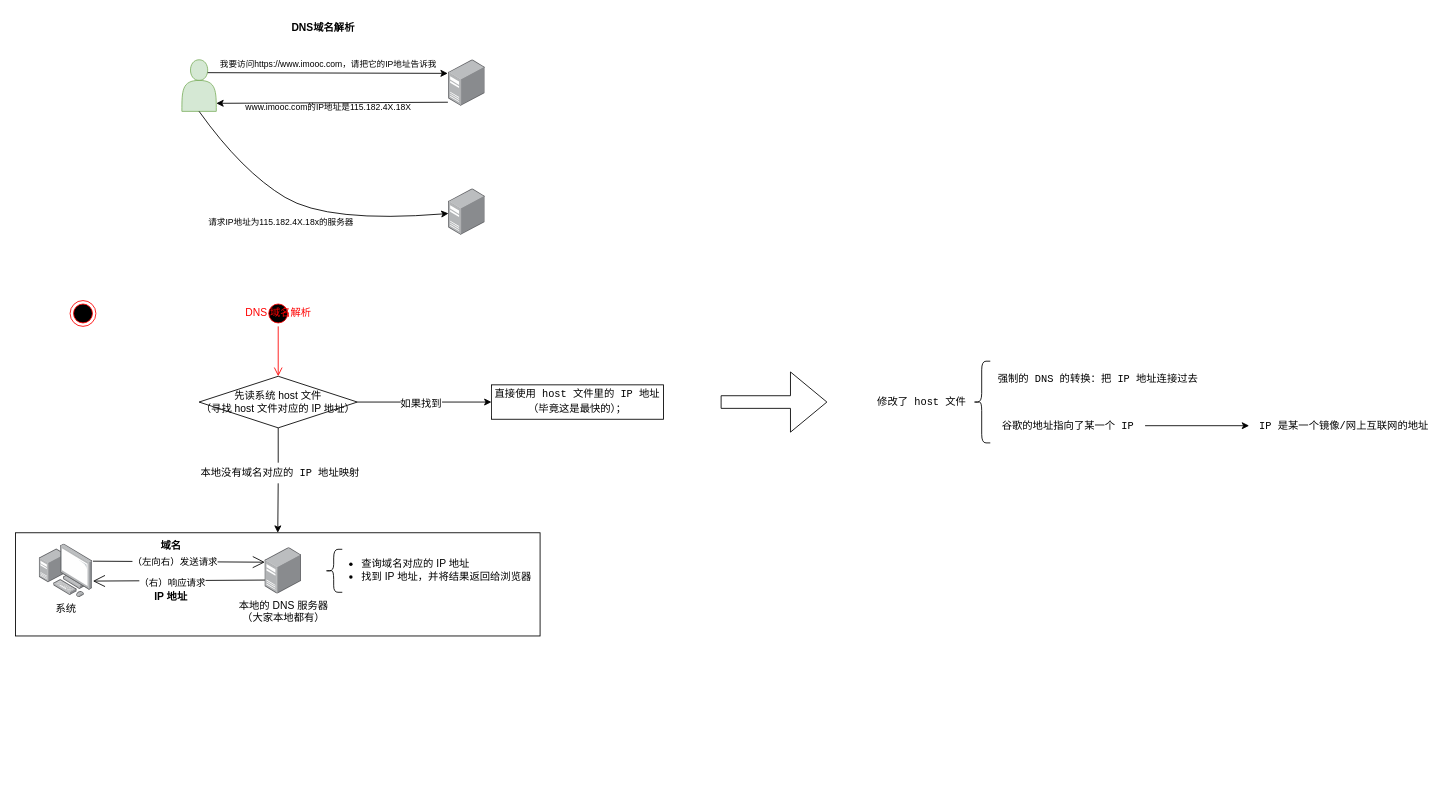
Earlier version of the draw.io diagram page "网络-DNS域名解析" (3 of 3) of video/HTTP/慕课网《HTTP》.drawio (djsz3y/learning-notes). Source tidied: cells renumbered, new cells numbered last; positions are measured from the earlier drawing's top-left corner, leaving out a move shared by most shapes. Both pictures are drawn from the tidied source at 86%, with x=0, y=0 at pixel (15, 15).
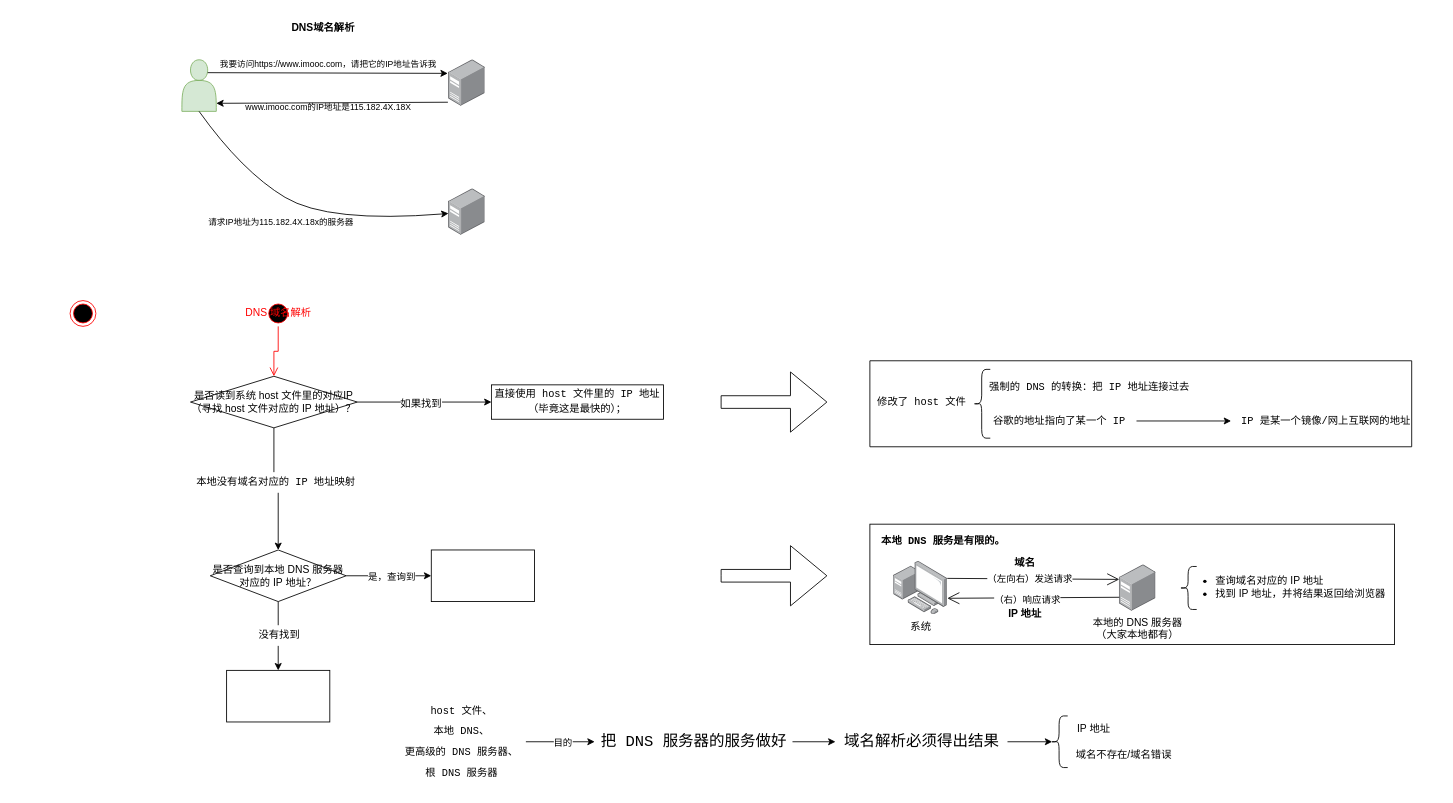
The same page after the edit.

Commit message (it also covers changes not shown here):
更新慕课网《HTTP》.drawio

What changed in the source:
```diff
@@
+    <mxCell id="41" style="verticalLabelPosition=bottom;verticalAlign=top;html=1;shape=mxgraph.basic.rect;fillColor2=none;strokeWidth=1;size=20;indent=5;" parent="1" vertex="1">
+      <mxGeometry x="994" y="402" width="630" height="100" as="geometry" />
+    </mxCell>
@@
-    <mxCell id="18" style="edgeStyle=orthogonalEdgeStyle;rounded=0;jettySize=auto;html=1;entryX=0.5;entryY=0;entryDx=0;entryDy=0;" parent="1" edge="1" source="20" target="30">
+    <mxCell id="18" style="edgeStyle=orthogonalEdgeStyle;rounded=0;jettySize=auto;html=1;entryX=0.5;entryY=0;entryDx=0;entryDy=0;" parent="1" edge="1" source="20" target="46">
       <mxGeometry relative="1" as="geometry" />
     </mxCell>
@@
-    <mxCell id="20" value="先读系统 host 文件&lt;br&gt;（寻找 host 文件对应的 IP 地址）" style="shape=rhombus;perimeter=rhombusPerimeter;whiteSpace=wrap;html=1;align=center;" parent="1" vertex="1">
-      <mxGeometry x="214" y="420" width="184" height="60" as="geometry" />
+    <mxCell id="20" value="是否读到系统 host 文件里的对应IP&lt;br&gt;（寻找 host 文件对应的 IP 地址）？" style="shape=rhombus;perimeter=rhombusPerimeter;whiteSpace=wrap;html=1;align=center;" parent="1" vertex="1">
+      <mxGeometry x="204" y="420" width="194" height="60" as="geometry" />
     </mxCell>
@@
     <mxCell id="24" value="&lt;div style=&quot;background-color: rgb(255, 255, 255); font-family: Consolas, &amp;quot;Courier New&amp;quot;, monospace; font-size: 12px; line-height: 24px;&quot;&gt;谷歌的地址指向了某一个 IP&lt;/div&gt;" style="text;html=1;align=center;verticalAlign=middle;points=[];strokeColor=none;fillColor=none;fontSize=12;" parent="1" vertex="1">
-      <mxGeometry x="1134" y="457.5" width="180" height="40" as="geometry" />
+      <mxGeometry x="1124" y="452" width="180" height="40" as="geometry" />
     </mxCell>
     <mxCell id="25" value="&lt;div style=&quot;background-color: rgb(255, 255, 255); font-family: Consolas, &amp;quot;Courier New&amp;quot;, monospace; font-size: 12px; line-height: 24px;&quot;&gt;&lt;div style=&quot;line-height: 24px; font-size: 12px;&quot;&gt;IP 是某一个镜像/网上互联网的地址&lt;/div&gt;&lt;/div&gt;" style="text;html=1;align=center;verticalAlign=middle;points=[];strokeColor=none;fillColor=none;fontSize=12;" parent="1" vertex="1">
-      <mxGeometry x="1435" y="457.5" width="220" height="40" as="geometry" />
+      <mxGeometry x="1414" y="452" width="220" height="40" as="geometry" />
     </mxCell>
     <mxCell id="26" value="&lt;div style=&quot;background-color: rgb(255, 255, 255); font-family: Consolas, &amp;quot;Courier New&amp;quot;, monospace; font-size: 12px; line-height: 24px;&quot;&gt;强制的 DNS 的转换：把 IP 地址连接过去&lt;/div&gt;" style="text;html=1;align=center;verticalAlign=middle;strokeColor=none;fillColor=none;fontSize=12;" parent="1" vertex="1">
-      <mxGeometry x="1134" y="402.5" width="250" height="40" as="geometry" />
+      <mxGeometry x="1124" y="412" width="250" height="40" as="geometry" />
     </mxCell>
     <mxCell id="27" style="shape=curlyBracket;whiteSpace=wrap;html=1;rounded=1;labelPosition=left;verticalLabelPosition=middle;align=right;verticalAlign=middle;fontSize=12;" parent="1" vertex="1">
-      <mxGeometry x="1114" y="402.5" width="20" height="95" as="geometry" />
+      <mxGeometry x="1114" y="412" width="20" height="80" as="geometry" />
     </mxCell>
@@
-    <mxCell id="29" style="group;" parent="1" vertex="1">
-      <mxGeometry x="0.5" y="602" width="611" height="120" as="geometry" />
-    </mxCell>
+    <mxCell id="42" style="edgeStyle=orthogonalEdgeStyle;rounded=0;jettySize=auto;html=1;" parent="1" edge="1" source="46" target="49">
+      <mxGeometry relative="1" as="geometry" />
+    </mxCell>
+    <mxCell id="43" value="是，查询到" style="edgeLabel;html=1;align=center;verticalAlign=middle;" parent="42" vertex="1">
+      <mxGeometry x="0.05" relative="1" as="geometry" />
+    </mxCell>
+    <mxCell id="44" style="edgeStyle=orthogonalEdgeStyle;rounded=0;jettySize=auto;html=1;" parent="1" edge="1" source="46" target="50">
+      <mxGeometry relative="1" as="geometry" />
+    </mxCell>
+    <mxCell id="45" value="&lt;div style=&quot;font-family: Consolas, &amp;quot;Courier New&amp;quot;, monospace; font-size: 12px; line-height: 24px;&quot;&gt;没有找到&lt;/div&gt;" style="edgeLabel;html=1;align=center;verticalAlign=middle;fontSize=12;" parent="44" vertex="1">
+      <mxGeometry x="-0.05" relative="1" as="geometry" />
+    </mxCell>
+    <mxCell id="46" value="是否查询到本地 DNS 服务器对应的 IP 地址？" style="shape=rhombus;perimeter=rhombusPerimeter;whiteSpace=wrap;html=1;align=center;" parent="1" vertex="1">
+      <mxGeometry x="227" y="622" width="158" height="60" as="geometry" />
+    </mxCell>
+    <mxCell id="47" style="group;" parent="1" vertex="1">
+      <mxGeometry x="994" y="592" width="611" height="140" as="geometry" />
+    </mxCell>
-    <mxCell id="30" style="html=1;whiteSpace=wrap;" parent="29" vertex="1">
-      <mxGeometry width="610" height="120" as="geometry" />
+    <mxCell id="30" style="html=1;whiteSpace=wrap;" parent="47" vertex="1">
+      <mxGeometry width="610" height="140" as="geometry" />
     </mxCell>
-    <mxCell id="31" value="本地的 DNS 服务器&lt;br&gt;（大家本地都有）" style="image;points=[];html=1;align=center;shadow=0;dashed=0;image=img/lib/allied_telesis/computer_and_terminals/Server_Desktop.svg;" parent="29" vertex="1">
-      <mxGeometry x="290" y="17.2" width="42.6" height="54" as="geometry" />
+    <mxCell id="31" value="本地的 DNS 服务器&lt;br&gt;（大家本地都有）" style="image;points=[];html=1;align=center;shadow=0;dashed=0;image=img/lib/allied_telesis/computer_and_terminals/Server_Desktop.svg;" parent="47" vertex="1">
+      <mxGeometry x="290" y="47.2" width="42.6" height="54" as="geometry" />
     </mxCell>
-    <mxCell id="32" value="系统" style="image;points=[];html=1;align=center;shadow=0;dashed=0;image=img/lib/allied_telesis/computer_and_terminals/Personal_Computer_with_Server.svg;" parent="29" vertex="1">
-      <mxGeometry x="27.6" y="13" width="62.4" height="62.4" as="geometry" />
+    <mxCell id="32" value="系统" style="image;points=[];html=1;align=center;shadow=0;dashed=0;image=img/lib/allied_telesis/computer_and_terminals/Personal_Computer_with_Server.svg;" parent="47" vertex="1">
+      <mxGeometry x="27.6" y="43" width="62.4" height="62.4" as="geometry" />
     </mxCell>
-    <mxCell id="33" style="endArrow=open;endFill=1;endSize=12;html=1;rounded=0;entryX=1;entryY=0.692;entryDx=0;entryDy=0;entryPerimeter=0;exitX=0;exitY=0.7;exitDx=0;exitDy=0;exitPerimeter=0;" parent="29" edge="1" source="31" target="32">
+    <mxCell id="33" style="endArrow=open;endFill=1;endSize=12;html=1;rounded=0;entryX=1;entryY=0.692;entryDx=0;entryDy=0;entryPerimeter=0;exitX=0;exitY=0.7;exitDx=0;exitDy=0;exitPerimeter=0;" parent="47" edge="1" source="31" target="32">
       <mxGeometry relative="1" as="geometry" />
     </mxCell>
@@
-    <mxCell id="35" style="endArrow=open;endFill=1;endSize=12;html=1;rounded=0;exitX=1;exitY=0.321;exitDx=0;exitDy=0;exitPerimeter=0;entryX=0;entryY=0.315;entryDx=0;entryDy=0;entryPerimeter=0;" parent="29" edge="1" source="32" target="31">
+    <mxCell id="35" style="endArrow=open;endFill=1;endSize=12;html=1;rounded=0;exitX=1;exitY=0.321;exitDx=0;exitDy=0;exitPerimeter=0;entryX=0;entryY=0.315;entryDx=0;entryDy=0;entryPerimeter=0;" parent="47" edge="1" source="32" target="31">
       <mxGeometry relative="1" as="geometry" />
     </mxCell>
@@
-    <mxCell id="37" style="shape=curlyBracket;whiteSpace=wrap;html=1;rounded=1;labelPosition=left;verticalLabelPosition=middle;align=right;verticalAlign=middle;" parent="29" vertex="1">
-      <mxGeometry x="360" y="19.2" width="20" height="50" as="geometry" />
+    <mxCell id="37" style="shape=curlyBracket;whiteSpace=wrap;html=1;rounded=1;labelPosition=left;verticalLabelPosition=middle;align=right;verticalAlign=middle;" parent="47" vertex="1">
+      <mxGeometry x="360" y="49.2" width="20" height="50" as="geometry" />
     </mxCell>
-    <mxCell id="38" value="域名" style="text;html=1;align=center;verticalAlign=middle;strokeColor=none;fillColor=none;fontStyle=1;" parent="29" vertex="1">
-      <mxGeometry x="155" width="50" height="30" as="geometry" />
+    <mxCell id="38" value="域名" style="text;html=1;align=center;verticalAlign=middle;strokeColor=none;fillColor=none;fontStyle=1;" parent="47" vertex="1">
+      <mxGeometry x="155" y="30" width="50" height="30" as="geometry" />
     </mxCell>
-    <mxCell id="39" value="&lt;ul&gt;&lt;li&gt;查询域名对应的 IP 地址&lt;br&gt;&lt;/li&gt;&lt;li&gt;找到 IP 地址，并将结果返回给浏览器&lt;/li&gt;&lt;/ul&gt;" style="text;strokeColor=none;fillColor=none;html=1;whiteSpace=wrap;verticalAlign=middle;overflow=hidden;" parent="29" vertex="1">
-      <mxGeometry x="360" y="13" width="251" height="60" as="geometry" />
+    <mxCell id="39" value="&lt;ul&gt;&lt;li&gt;查询域名对应的 IP 地址&lt;br&gt;&lt;/li&gt;&lt;li&gt;找到 IP 地址，并将结果返回给浏览器&lt;/li&gt;&lt;/ul&gt;" style="text;strokeColor=none;fillColor=none;html=1;whiteSpace=wrap;verticalAlign=middle;overflow=hidden;" parent="47" vertex="1">
+      <mxGeometry x="360" y="43" width="251" height="60" as="geometry" />
     </mxCell>
-    <mxCell id="40" value="IP 地址" style="text;html=1;align=center;verticalAlign=middle;strokeColor=none;fillColor=none;fontStyle=1;" parent="29" vertex="1">
-      <mxGeometry x="150" y="60" width="60" height="30" as="geometry" />
+    <mxCell id="40" value="IP 地址" style="text;html=1;align=center;verticalAlign=middle;strokeColor=none;fillColor=none;fontStyle=1;" parent="47" vertex="1">
+      <mxGeometry x="150" y="90" width="60" height="30" as="geometry" />
     </mxCell>
+    <mxCell id="48" value="&lt;div style=&quot;background-color: rgb(255, 255, 255); font-family: Consolas, &amp;quot;Courier New&amp;quot;, monospace; font-size: 12px; line-height: 24px;&quot;&gt;本地 DNS 服务是有限的。&lt;/div&gt;" style="text;html=1;align=center;verticalAlign=middle;strokeColor=none;fillColor=none;fontSize=12;fontStyle=1;" parent="47" vertex="1">
+      <mxGeometry width="170" height="40" as="geometry" />
+    </mxCell>
+    <mxCell id="49" style="whiteSpace=wrap;html=1;" parent="1" vertex="1">
+      <mxGeometry x="484" y="622" width="120" height="60" as="geometry" />
+    </mxCell>
+    <mxCell id="50" style="whiteSpace=wrap;html=1;" parent="1" vertex="1">
+      <mxGeometry x="246" y="762" width="120" height="60" as="geometry" />
+    </mxCell>
+    <mxCell id="51" style="html=1;shadow=0;dashed=0;align=center;verticalAlign=middle;shape=mxgraph.arrows2.arrow;dy=0.79;dx=42.35;direction=east;notch=0;" parent="1" vertex="1">
+      <mxGeometry x="821" y="617" width="123" height="70" as="geometry" />
+    </mxCell>
+    <mxCell id="52" style="edgeStyle=orthogonalEdgeStyle;rounded=0;jettySize=auto;html=1;" parent="1" edge="1" source="61" target="55">
+      <mxGeometry relative="1" as="geometry" />
+    </mxCell>
+    <mxCell id="53" value="目的" style="edgeLabel;html=1;align=center;verticalAlign=middle;" parent="52" vertex="1">
+      <mxGeometry x="0.05" y="-1" relative="1" as="geometry" />
+    </mxCell>
+    <mxCell id="54" style="edgeStyle=orthogonalEdgeStyle;rounded=0;jettySize=auto;html=1;" parent="1" edge="1" source="55" target="56">
+      <mxGeometry relative="1" as="geometry" />
+    </mxCell>
+    <mxCell id="55" value="&lt;div style=&quot;background-color: rgb(255, 255, 255); font-family: Consolas, &amp;quot;Courier New&amp;quot;, monospace; font-size: 18px; line-height: 24px;&quot;&gt;把 DNS 服务器的服务做好&lt;/div&gt;" style="text;html=1;align=center;verticalAlign=middle;points=[];strokeColor=none;fillColor=none;" parent="1" vertex="1">
+      <mxGeometry x="674" y="825" width="230" height="40" as="geometry" />
+    </mxCell>
+    <mxCell id="56" value="&lt;div style=&quot;background-color: rgb(255, 255, 255); font-family: Consolas, &amp;quot;Courier New&amp;quot;, monospace; font-size: 18px; line-height: 24px;&quot;&gt;域名解析必须得出结果&lt;/div&gt;" style="text;html=1;align=center;verticalAlign=middle;points=[];strokeColor=none;fillColor=none;" parent="1" vertex="1">
+      <mxGeometry x="954" y="825" width="200" height="40" as="geometry" />
+    </mxCell>
+    <mxCell id="57" style="shape=curlyBracket;whiteSpace=wrap;html=1;rounded=1;labelPosition=left;verticalLabelPosition=middle;align=right;verticalAlign=middle;" parent="1" vertex="1">
+      <mxGeometry x="1204" y="815" width="20" height="60" as="geometry" />
+    </mxCell>
+    <mxCell id="58" value="域名不存在/域名错误" style="text;html=1;align=center;verticalAlign=middle;strokeColor=none;fillColor=none;" parent="1" vertex="1">
+      <mxGeometry x="1224" y="845" width="130" height="30" as="geometry" />
+    </mxCell>
+    <mxCell id="59" value="IP 地址" style="text;html=1;align=center;verticalAlign=middle;strokeColor=none;fillColor=none;" parent="1" vertex="1">
+      <mxGeometry x="1224" y="815" width="60" height="30" as="geometry" />
+    </mxCell>
+    <mxCell id="60" style="edgeStyle=orthogonalEdgeStyle;rounded=0;jettySize=auto;html=1;entryX=0.1;entryY=0.5;entryDx=0;entryDy=0;entryPerimeter=0;" parent="1" edge="1" source="56" target="57">
+      <mxGeometry relative="1" as="geometry" />
+    </mxCell>
+    <mxCell id="61" value="&lt;div style=&quot;border-color: var(--border-color); background-color: rgb(255, 255, 255); font-family: Consolas, &amp;quot;Courier New&amp;quot;, monospace; line-height: 24px;&quot;&gt;host 文件、&lt;/div&gt;&lt;div style=&quot;border-color: var(--border-color); background-color: rgb(255, 255, 255); font-family: Consolas, &amp;quot;Courier New&amp;quot;, monospace; line-height: 24px;&quot;&gt;本地 DNS、&lt;/div&gt;&lt;div style=&quot;border-color: var(--border-color); background-color: rgb(255, 255, 255); font-family: Consolas, &amp;quot;Courier New&amp;quot;, monospace; line-height: 24px;&quot;&gt;更高级的 DNS 服务器、&lt;/div&gt;&lt;div style=&quot;border-color: var(--border-color); background-color: rgb(255, 255, 255); font-family: Consolas, &amp;quot;Courier New&amp;quot;, monospace; line-height: 24px;&quot;&gt;根 DNS 服务器&lt;/div&gt;" style="text;html=1;align=center;verticalAlign=middle;points=[];strokeColor=none;fillColor=none;" parent="1" vertex="1">
+      <mxGeometry x="444" y="790" width="150" height="110" as="geometry" />
+    </mxCell>
```
